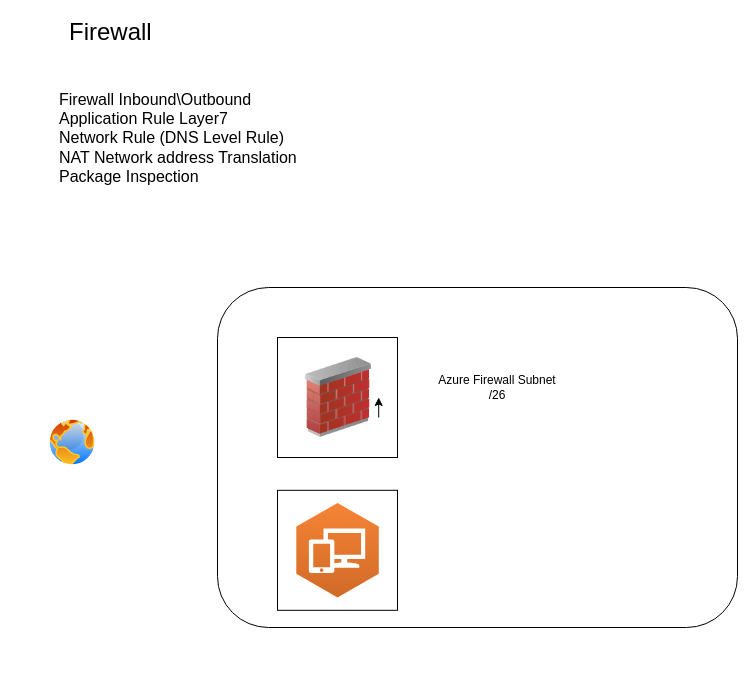
Above: Hub-spoke Network.drawio in Gopi1892/Architecture-Design (draw.io), before the change. Source tidied: cells renumbered, new cells numbered last; positions are measured from the earlier drawing's top-left corner, leaving out a move shared by most shapes. Both pictures are drawn from the tidied source at 100%, with x=0, y=0 at pixel (47, 17).
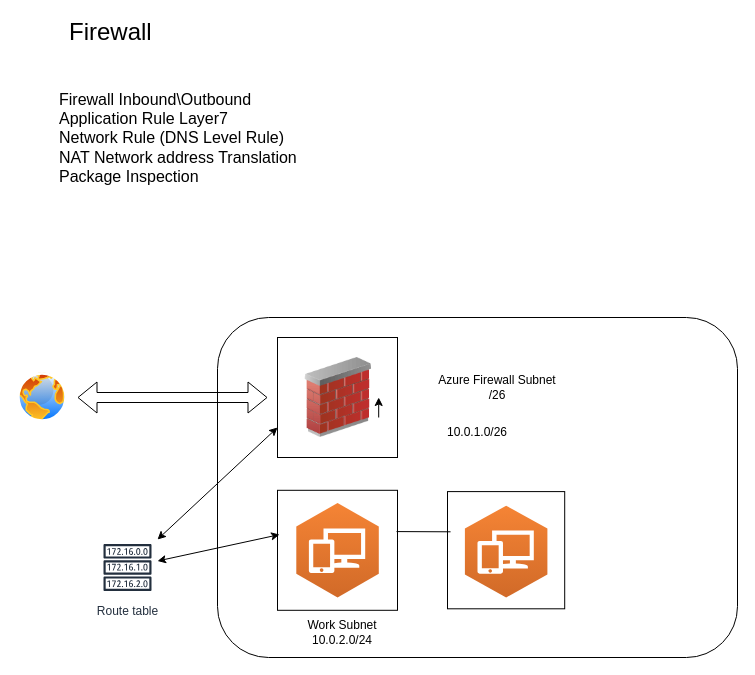
After the change.

Unchanged cells that the change refers to:
```xml
<mxCell id="6" style="whiteSpace=wrap;html=1;" parent="1" vertex="1">
  <mxGeometry x="230" y="320" width="120" height="120" as="geometry" />
</mxCell>
<mxCell id="9" style="rounded=0;whiteSpace=wrap;html=1;" parent="1" vertex="1">
  <mxGeometry x="230" y="472.8" width="120" height="120" as="geometry" />
</mxCell>
```

Diff of the diagram source:
```diff
@@
     <mxCell id="4" style="image;perimeter=ellipsePerimeter;html=1;align=center;shadow=0;dashed=0;spacingTop=3;image=img/lib/active_directory/internet_globe.svg;" parent="1" vertex="1">
-      <mxGeometry y="400" width="50" height="50" as="geometry" />
+      <mxGeometry x="-30" y="355" width="50" height="50" as="geometry" />
     </mxCell>
     <mxCell id="5" style="rounded=1;whiteSpace=wrap;html=1;" parent="1" vertex="1">
-      <mxGeometry x="170" y="270" width="520" height="340" as="geometry" />
+      <mxGeometry x="170" y="300" width="520" height="340" as="geometry" />
     </mxCell>
@@
+    <mxCell id="12" value="10.0.1.0/26" style="text;html=1;align=center;verticalAlign=middle;whiteSpace=wrap;rounded=0;" parent="1" vertex="1">
+      <mxGeometry x="400" y="400" width="60" height="30" as="geometry" />
+    </mxCell>
+    <mxCell id="13" style="whiteSpace=wrap;html=1;" parent="1" vertex="1">
+      <mxGeometry x="400" y="474.1" width="117.2" height="117.2" as="geometry" />
+    </mxCell>
+    <mxCell id="14" style="dashed=0;verticalLabelPosition=bottom;verticalAlign=top;align=center;html=1;shape=mxgraph.aws3.workspaces;fillColor=#D16A28;gradientColor=#F58435;gradientDirection=north;" parent="1" vertex="1">
+      <mxGeometry x="417.4" y="488.2" width="82.5" height="91.8" as="geometry" />
+    </mxCell>
+    <mxCell id="15" value="Work Subnet 10.0.2.0/24" style="text;html=1;align=center;verticalAlign=middle;whiteSpace=wrap;rounded=0;" parent="1" vertex="1">
+      <mxGeometry x="240" y="600" width="110" height="30" as="geometry" />
+    </mxCell>
+    <mxCell id="16" value="Route table" style="sketch=0;outlineConnect=0;fontColor=#232F3E;gradientColor=none;strokeColor=#232F3E;fillColor=#ffffff;dashed=0;verticalLabelPosition=bottom;verticalAlign=top;align=center;html=1;fontSize=12;fontStyle=0;shape=mxgraph.aws4.resourceIcon;resIcon=mxgraph.aws4.route_table;" parent="1" vertex="1">
+      <mxGeometry x="50" y="520" width="60" height="60" as="geometry" />
+    </mxCell>
+    <mxCell id="17" style="endArrow=classic;startArrow=classic;html=1;rounded=0;entryX=0;entryY=0.75;entryDx=0;entryDy=0;" parent="1" edge="1" source="16" target="6">
+      <mxGeometry relative="1" as="geometry" />
+    </mxCell>
+    <mxCell id="18" style="endArrow=classic;startArrow=classic;html=1;rounded=0;entryX=0.017;entryY=0.369;entryDx=0;entryDy=0;entryPerimeter=0;" parent="1" edge="1" source="16" target="9">
+      <mxGeometry relative="1" as="geometry" />
+    </mxCell>
+    <mxCell id="19" style="endArrow=none;html=1;rounded=0;exitX=0.992;exitY=0.344;exitDx=0;exitDy=0;exitPerimeter=0;entryX=0.026;entryY=0.343;entryDx=0;entryDy=0;entryPerimeter=0;" parent="1" edge="1" source="9" target="13">
+      <mxGeometry relative="1" as="geometry" />
+    </mxCell>
+    <mxCell id="20" style="shape=flexArrow;endArrow=classic;startArrow=classic;html=1;rounded=0;" parent="1" edge="1">
+      <mxGeometry relative="1" as="geometry">
+        <mxPoint x="30" y="380" as="sourcePoint" />
+        <mxPoint x="220" y="380" as="targetPoint" />
+      </mxGeometry>
+    </mxCell>
```
